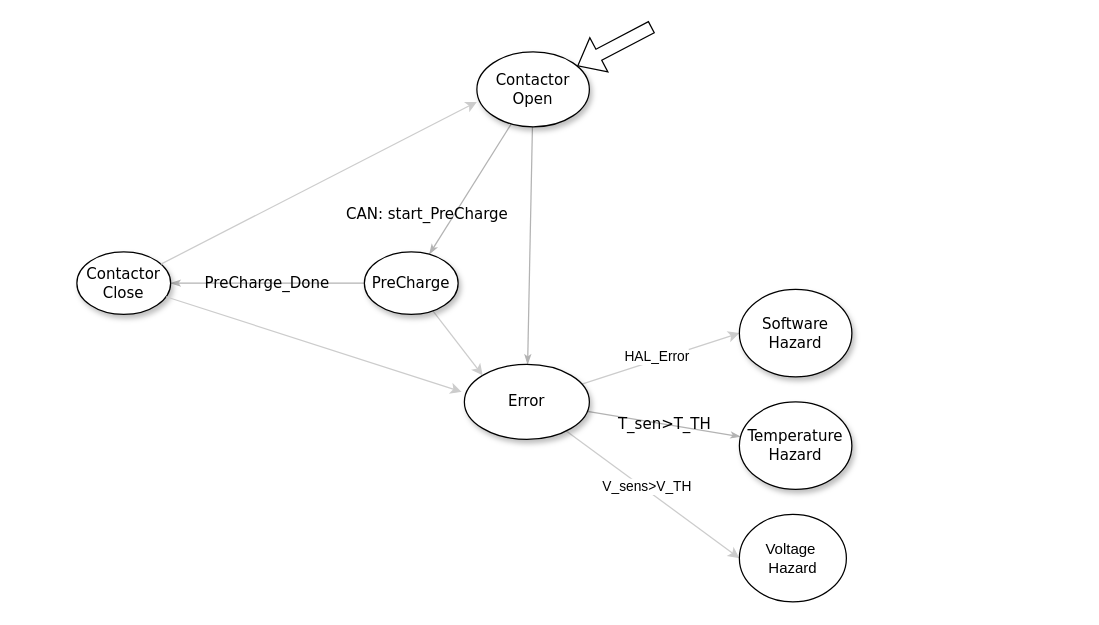
Above: ST/mcuStateMachine.drawio in LeonardoTTI/Precharge_Control (draw.io), before the change. Source tidied: cells renumbered, new cells numbered last; positions are measured from the earlier drawing's top-left corner, leaving out a move shared by most shapes. Both pictures are drawn from the tidied source at 125%, with x=0, y=0 at pixel (76, 26).
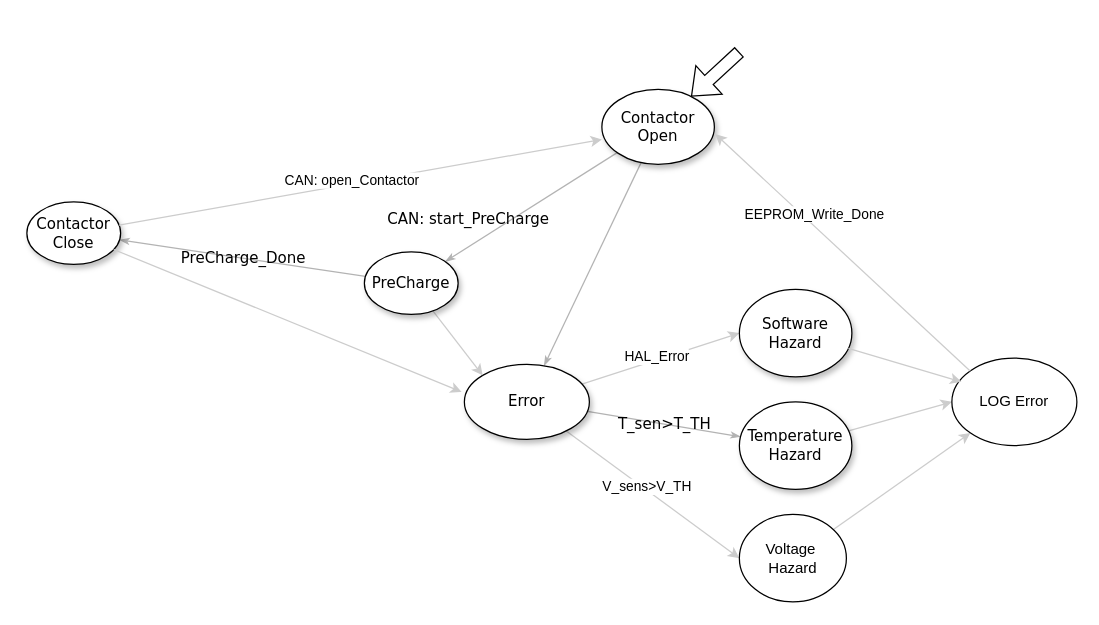
After the change.

Unchanged cells that the change refers to:
```xml
<mxCell id="11" value="Software&lt;div&gt;Hazard&lt;/div&gt;" style="ellipse;whiteSpace=wrap;html=1;rounded=0;shadow=1;comic=0;labelBackgroundColor=none;strokeWidth=1;fontFamily=Verdana;fontSize=12;align=center;" parent="1" vertex="1">
  <mxGeometry x="530" y="210" width="90" height="70" as="geometry" />
</mxCell>
<mxCell id="12" value="&lt;span&gt;Temperature Hazard&lt;/span&gt;" style="ellipse;whiteSpace=wrap;html=1;rounded=0;shadow=1;comic=0;labelBackgroundColor=none;strokeWidth=1;fontFamily=Verdana;fontSize=12;align=center;" parent="1" vertex="1">
  <mxGeometry x="530" y="300" width="90" height="70" as="geometry" />
</mxCell>
<mxCell id="19" value="Voltage&amp;nbsp;&lt;div&gt;Hazard&lt;/div&gt;" style="ellipse;whiteSpace=wrap;html=1;" parent="1" vertex="1">
  <mxGeometry x="530" y="390" width="85.6" height="70" as="geometry" />
</mxCell>
<mxCell id="20" style="rounded=0;jettySize=auto;html=1;entryX=0;entryY=0.667;entryDx=0;entryDy=0;entryPerimeter=0;strokeColor=#CCCCCC;" parent="1" edge="1" source="16" target="4">
  <mxGeometry relative="1" as="geometry" />
</mxCell>
```

Change to the diagram source:
```diff
@@
     <mxCell id="4" value="Contactor Open" style="ellipse;whiteSpace=wrap;html=1;rounded=0;shadow=1;comic=0;labelBackgroundColor=none;strokeWidth=1;fontFamily=Verdana;fontSize=12;align=center;" parent="1" vertex="1">
-      <mxGeometry x="320" y="20" width="90" height="60" as="geometry" />
+      <mxGeometry x="420" y="50" width="90" height="60" as="geometry" />
     </mxCell>
@@
+    <mxCell id="21" style="rounded=0;jettySize=auto;html=1;strokeColor=#CCCCCC;entryX=0;entryY=0.5;entryDx=0;entryDy=0;" parent="1" edge="1" source="12" target="24">
+      <mxGeometry relative="1" as="geometry" />
+    </mxCell>
@@
     <mxCell id="16" value="&lt;span&gt;Contactor Close&lt;/span&gt;" style="ellipse;whiteSpace=wrap;html=1;rounded=0;shadow=1;comic=0;labelBackgroundColor=none;strokeWidth=1;fontFamily=Verdana;fontSize=12;align=center;" parent="1" vertex="1">
-      <mxGeometry y="180" width="75" height="50" as="geometry" />
+      <mxGeometry x="-40" y="140" width="75" height="50" as="geometry" />
     </mxCell>
     <mxCell id="17" style="shape=flexArrow;endArrow=classic;html=1;rounded=0;" parent="1" edge="1" target="4">
       <mxGeometry relative="1" as="geometry">
-        <mxPoint x="460" as="sourcePoint" />
+        <mxPoint x="530" y="20" as="sourcePoint" />
       </mxGeometry>
     </mxCell>
@@
+    <mxCell id="22" style="rounded=0;jettySize=auto;html=1;strokeColor=#CCCCCC;" parent="1" edge="1" source="19" target="24">
+      <mxGeometry relative="1" as="geometry" />
+    </mxCell>
@@
+    <mxCell id="23" value="CAN: open_Contactor" style="edgeLabel;html=1;align=center;verticalAlign=middle;" parent="20" vertex="1">
+      <mxGeometry x="-0.02" relative="1" as="geometry">
+        <mxPoint x="-3" y="-3" as="offset" />
+      </mxGeometry>
+    </mxCell>
+    <mxCell id="24" value="LOG Error" style="ellipse;whiteSpace=wrap;html=1;" parent="1" vertex="1">
+      <mxGeometry x="700" y="265" width="100" height="70" as="geometry" />
+    </mxCell>
+    <mxCell id="25" style="rounded=0;jettySize=auto;html=1;entryX=0.076;entryY=0.271;entryDx=0;entryDy=0;entryPerimeter=0;strokeColor=#CCCCCC;" parent="1" edge="1" source="11" target="24">
+      <mxGeometry relative="1" as="geometry" />
+    </mxCell>
+    <mxCell id="26" style="rounded=0;jettySize=auto;html=1;entryX=1.009;entryY=0.597;entryDx=0;entryDy=0;entryPerimeter=0;strokeColor=#CCCCCC;exitX=0;exitY=0;exitDx=0;exitDy=0;" parent="1" edge="1" source="24" target="4">
+      <mxGeometry relative="1" as="geometry" />
+    </mxCell>
+    <mxCell id="27" value="EEPROM_Write_Done" style="edgeLabel;html=1;align=center;verticalAlign=middle;" parent="26" vertex="1">
+      <mxGeometry x="-0.11" relative="1" as="geometry">
+        <mxPoint x="-34" y="-41" as="offset" />
+      </mxGeometry>
+    </mxCell>
```
